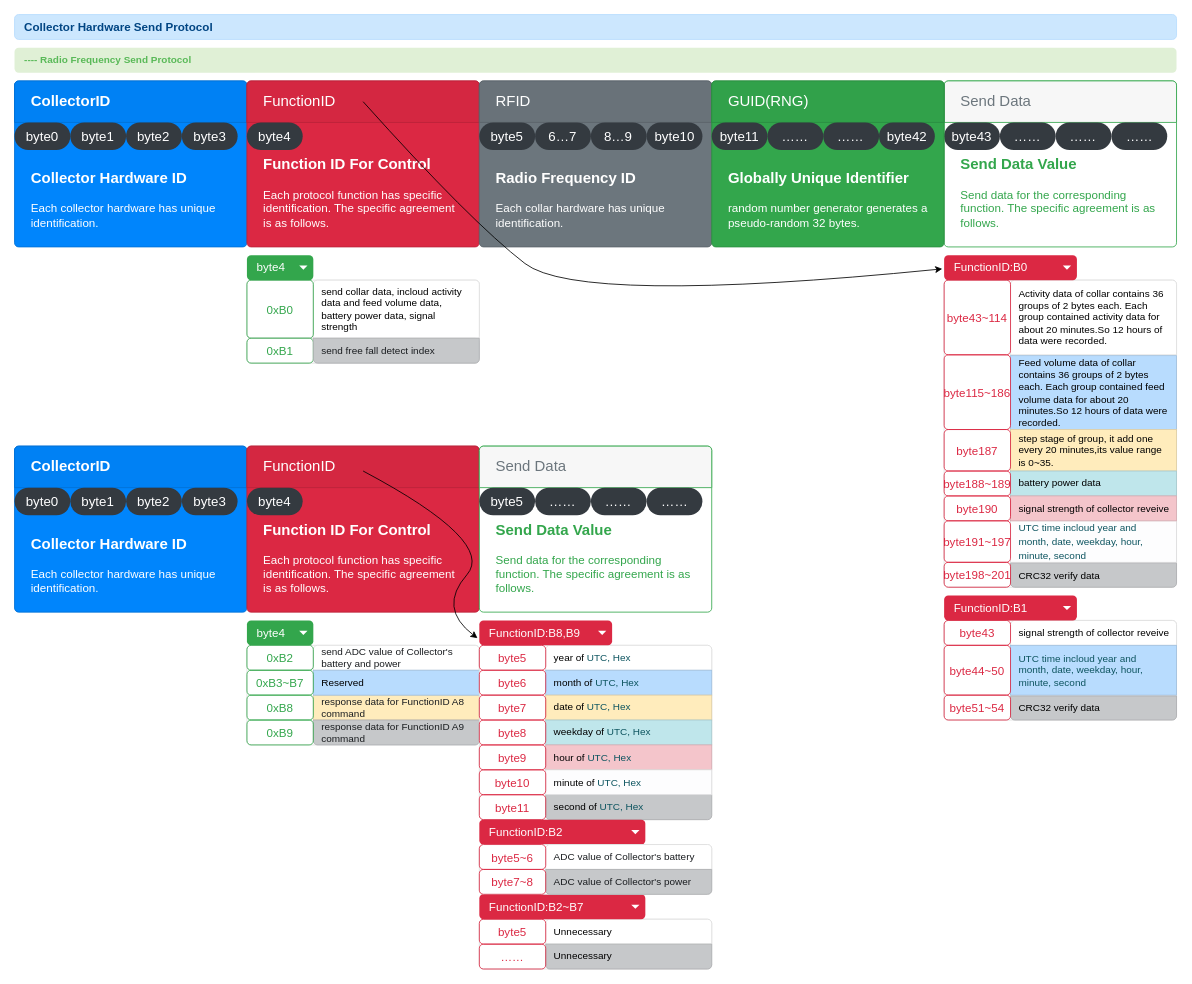
Before: page "Collector Hardware Send Protocol" (2 of 5) of Doc/Hardware Protocol.drawio in phoenix9668/Collector, a draw.io diagram. Source tidied: cells renumbered, new cells numbered last; positions are measured from the earlier drawing's top-left corner, leaving out a move shared by most shapes. Both pictures are drawn from the tidied source at 83%, with x=0, y=0 at pixel (14, 14).
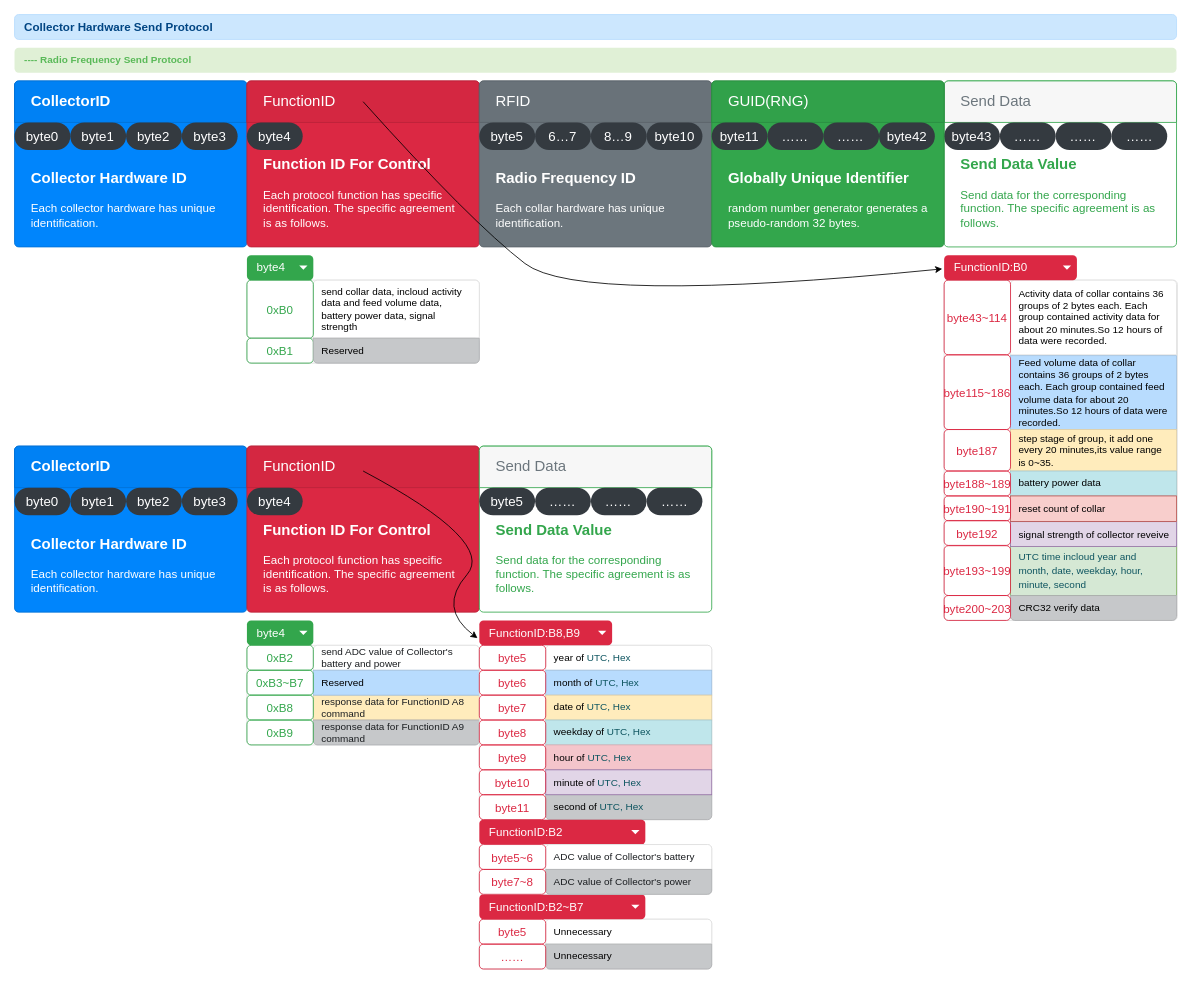
Above is the later version.

Unchanged cells that the change refers to:
```xml
<mxCell id="65" style="html=1;shadow=0;dashed=0;shape=mxgraph.bootstrap.rrect;rSize=5;strokeColor=#DFDFDF;html=1;whiteSpace=wrap;fillColor=#FFFFFF;fontColor=#000000;" parent="1" vertex="1">
  <mxGeometry x="560" y="760" width="280" height="210" as="geometry" />
</mxCell>
<mxCell id="105" style="html=1;shadow=0;dashed=0;shape=mxgraph.bootstrap.rrect;rSize=5;strokeColor=#DFDFDF;html=1;whiteSpace=wrap;fillColor=#FFFFFF;fontColor=#000000;" parent="1" vertex="1">
  <mxGeometry x="280" y="390" width="280" height="30" as="geometry" />
</mxCell>
```

The edit, as a diff of the source:
```diff
@@
     <mxCell id="40" style="html=1;shadow=0;dashed=0;shape=mxgraph.bootstrap.rrect;rSize=5;strokeColor=#DFDFDF;html=1;whiteSpace=wrap;fillColor=#FFFFFF;fontColor=#000000;" parent="1" vertex="1">
-      <mxGeometry x="1120" y="320" width="280" height="370" as="geometry" />
+      <mxGeometry x="1120" y="320" width="281" height="410" as="geometry" />
     </mxCell>
-    <mxCell id="41" value="&lt;span style=&quot;color: rgb(14 , 85 , 96) ; font-size: 12px&quot;&gt;UTC time incloud year and month, date, weekday, hour, minute, second&lt;/span&gt;" style="html=1;fillColor=#FDFDFE;strokeColor=#DDDDDE;fontColor=#818182;shadow=0;dashed=0;perimeter=none;whiteSpace=wrap;align=left;spacing=10;fontSize=14;" parent="40" vertex="1">
-      <mxGeometry x="80" y="290" width="200" height="50" as="geometry" />
+    <mxCell id="41" value="&lt;span style=&quot;color: rgb(14 , 85 , 96) ; font-size: 12px&quot;&gt;UTC time incloud year and month, date, weekday, hour, minute, second&lt;/span&gt;" style="html=1;fillColor=#d5e8d4;strokeColor=#82b366;shadow=0;dashed=0;perimeter=none;whiteSpace=wrap;align=left;spacing=10;fontSize=14;" parent="40" vertex="1">
+      <mxGeometry x="80" y="320" width="200" height="60" as="geometry" />
     </mxCell>
@@
     <mxCell id="46" value="&lt;span style=&quot;color: rgb(0 , 0 , 0)&quot;&gt;CRC32 verify data&lt;/span&gt;" style="html=1;shadow=0;dashed=0;shape=mxgraph.bootstrap.bottomButton;fillColor=#C6C8CA;strokeColor=#ADAFB1;fontColor=#1B1E21;rSize=5;perimeter=none;whiteSpace=wrap;align=left;spacing=10;" parent="40" vertex="1">
-      <mxGeometry y="1" width="200" height="29" relative="1" as="geometry">
-        <mxPoint x="80" y="-29" as="offset" />
+      <mxGeometry y="1" width="200" height="30" relative="1" as="geometry">
+        <mxPoint x="80" y="-30" as="offset" />
       </mxGeometry>
     </mxCell>
@@
-    <mxCell id="49" value="&lt;span style=&quot;color: rgb(0 , 0 , 0) ; font-size: 12px&quot;&gt;signal strength of collector reveive&lt;/span&gt;" style="html=1;fillColor=#F4C5CB;strokeColor=#D5ACB2;fontColor=#711623;shadow=0;dashed=0;perimeter=none;whiteSpace=wrap;align=left;spacing=10;fontSize=14;" parent="40" vertex="1">
+    <mxCell id="49" value="&lt;span style=&quot;color: rgb(0 , 0 , 0) ; font-size: 12px&quot;&gt;signal strength of collector reveive&lt;/span&gt;" style="html=1;fillColor=#e1d5e7;strokeColor=#9673a6;shadow=0;dashed=0;perimeter=none;whiteSpace=wrap;align=left;spacing=10;fontSize=14;" parent="40" vertex="1">
       <mxGeometry width="200" height="30" relative="1" as="geometry">
-        <mxPoint x="80" y="260" as="offset" />
+        <mxPoint x="80" y="291" as="offset" />
       </mxGeometry>
     </mxCell>
@@
-    <mxCell id="51" value="&lt;span style=&quot;color: rgb(219 , 40 , 67) ; font-size: 14px&quot;&gt;byte191~197&lt;/span&gt;" style="html=1;shadow=0;dashed=0;shape=mxgraph.bootstrap.rrect;rSize=5;strokeColor=#DB2843;strokeWidth=1;fillColor=none;fontColor=#33A64C;whiteSpace=wrap;align=center;verticalAlign=middle;spacingLeft=0;fontStyle=0;fontSize=16;spacing=5;" parent="40" vertex="1">
-      <mxGeometry y="290" width="80" height="50" as="geometry" />
+    <mxCell id="51" value="&lt;span style=&quot;color: rgb(219 , 40 , 67) ; font-size: 14px&quot;&gt;byte193~199&lt;/span&gt;" style="html=1;shadow=0;dashed=0;shape=mxgraph.bootstrap.rrect;rSize=5;strokeColor=#DB2843;strokeWidth=1;fillColor=none;fontColor=#33A64C;whiteSpace=wrap;align=center;verticalAlign=middle;spacingLeft=0;fontStyle=0;fontSize=16;spacing=5;" parent="40" vertex="1">
+      <mxGeometry y="320" width="80" height="60" as="geometry" />
     </mxCell>
-    <mxCell id="52" value="&lt;span style=&quot;color: rgb(219 , 40 , 67) ; font-size: 14px&quot;&gt;byte198~201&lt;/span&gt;" style="html=1;shadow=0;dashed=0;shape=mxgraph.bootstrap.rrect;rSize=5;strokeColor=#DB2843;strokeWidth=1;fillColor=none;fontColor=#33A64C;whiteSpace=wrap;align=center;verticalAlign=middle;spacingLeft=0;fontStyle=0;fontSize=16;spacing=5;" parent="40" vertex="1">
-      <mxGeometry y="340" width="80" height="30" as="geometry" />
+    <mxCell id="52" value="&lt;span style=&quot;color: rgb(219 , 40 , 67) ; font-size: 14px&quot;&gt;byte200~203&lt;/span&gt;" style="html=1;shadow=0;dashed=0;shape=mxgraph.bootstrap.rrect;rSize=5;strokeColor=#DB2843;strokeWidth=1;fillColor=none;fontColor=#33A64C;whiteSpace=wrap;align=center;verticalAlign=middle;spacingLeft=0;fontStyle=0;fontSize=16;spacing=5;" parent="40" vertex="1">
+      <mxGeometry y="380" width="80" height="30" as="geometry" />
     </mxCell>
@@
-    <mxCell id="54" value="&lt;span style=&quot;color: rgb(219 , 40 , 67) ; font-size: 14px&quot;&gt;byte190&lt;/span&gt;" style="html=1;shadow=0;dashed=0;shape=mxgraph.bootstrap.rrect;rSize=5;strokeColor=#DB2843;strokeWidth=1;fillColor=none;fontColor=#33A64C;whiteSpace=wrap;align=center;verticalAlign=middle;spacingLeft=0;fontStyle=0;fontSize=16;spacing=5;" parent="40" vertex="1">
-      <mxGeometry y="260" width="80" height="30" as="geometry" />
+    <mxCell id="54" value="&lt;span style=&quot;color: rgb(219 , 40 , 67) ; font-size: 14px&quot;&gt;byte192&lt;/span&gt;" style="html=1;shadow=0;dashed=0;shape=mxgraph.bootstrap.rrect;rSize=5;strokeColor=#DB2843;strokeWidth=1;fillColor=none;fontColor=#33A64C;whiteSpace=wrap;align=center;verticalAlign=middle;spacingLeft=0;fontStyle=0;fontSize=16;spacing=5;" parent="40" vertex="1">
+      <mxGeometry y="289.6" width="80" height="30" as="geometry" />
     </mxCell>
+    <mxCell id="124" value="&lt;span style=&quot;color: rgb(0 , 0 , 0) ; font-size: 12px&quot;&gt;reset count of collar&lt;/span&gt;" style="html=1;fillColor=#f8cecc;strokeColor=#b85450;shadow=0;dashed=0;perimeter=none;whiteSpace=wrap;align=left;spacing=10;fontSize=14;" parent="40" vertex="1">
+      <mxGeometry x="80" y="260" width="200" height="30.7" as="geometry" />
+    </mxCell>
+    <mxCell id="125" value="&lt;span style=&quot;color: rgb(219 , 40 , 67) ; font-size: 14px&quot;&gt;byte190~191&lt;br&gt;&lt;/span&gt;" style="html=1;shadow=0;dashed=0;shape=mxgraph.bootstrap.rrect;rSize=5;strokeColor=#DB2843;strokeWidth=1;fillColor=none;fontColor=#33A64C;whiteSpace=wrap;align=center;verticalAlign=middle;spacingLeft=0;fontStyle=0;fontSize=16;spacing=5;" parent="40" vertex="1">
+      <mxGeometry y="260" width="80" height="30" as="geometry" />
+    </mxCell>
@@
-    <mxCell id="76" value="&lt;span style=&quot;font-size: 12px ; color: rgb(0 , 0 , 0)&quot;&gt;minute of&amp;nbsp;&lt;/span&gt;&lt;span style=&quot;font-size: 12px ; color: rgb(14 , 85 , 96)&quot;&gt;UTC, Hex&lt;/span&gt;" style="html=1;fillColor=#FDFDFE;strokeColor=#DDDDDE;fontColor=#818182;shadow=0;dashed=0;perimeter=none;whiteSpace=wrap;align=left;spacing=10;fontSize=14;" parent="65" vertex="1">
+    <mxCell id="76" value="&lt;span style=&quot;font-size: 12px ; color: rgb(0 , 0 , 0)&quot;&gt;minute of&amp;nbsp;&lt;/span&gt;&lt;span style=&quot;font-size: 12px ; color: rgb(14 , 85 , 96)&quot;&gt;UTC, Hex&lt;/span&gt;" style="html=1;fillColor=#e1d5e7;strokeColor=#9673a6;shadow=0;dashed=0;perimeter=none;whiteSpace=wrap;align=left;spacing=10;fontSize=14;" parent="65" vertex="1">
       <mxGeometry width="200" height="30" relative="1" as="geometry">
         <mxPoint x="80" y="150" as="offset" />
       </mxGeometry>
     </mxCell>
@@
-    <mxCell id="107" value="send free fall detect index" style="html=1;shadow=0;dashed=0;shape=mxgraph.bootstrap.bottomButton;fillColor=#C6C8CA;strokeColor=#ADAFB1;fontColor=#1B1E21;rSize=5;perimeter=none;whiteSpace=wrap;align=left;spacing=10;" parent="105" vertex="1">
+    <mxCell id="107" value="&lt;span style=&quot;color: rgb(0, 0, 0);&quot;&gt;Reserved&lt;/span&gt;" style="html=1;shadow=0;dashed=0;shape=mxgraph.bootstrap.bottomButton;fillColor=#C6C8CA;strokeColor=#ADAFB1;fontColor=#1B1E21;rSize=5;perimeter=none;whiteSpace=wrap;align=left;spacing=10;" parent="105" vertex="1">
       <mxGeometry x="80" width="200" height="30" as="geometry" />
     </mxCell>
-    <mxCell id="108" style="html=1;shadow=0;dashed=0;shape=mxgraph.bootstrap.rrect;rSize=5;strokeColor=#DFDFDF;html=1;whiteSpace=wrap;fillColor=#FFFFFF;fontColor=#000000;" parent="1" vertex="1">
-      <mxGeometry x="1120" y="730" width="280" height="120" as="geometry" />
-    </mxCell>
-    <mxCell id="109" value="signal strength of collector reveive" style="strokeColor=inherit;fillColor=inherit;gradientColor=inherit;fontColor=inherit;html=1;shadow=0;dashed=0;shape=mxgraph.bootstrap.topButton;rSize=5;perimeter=none;whiteSpace=wrap;align=left;spacing=10;" parent="108" vertex="1">
-      <mxGeometry width="200" height="30" relative="1" as="geometry">
-        <mxPoint x="80" as="offset" />
-      </mxGeometry>
-    </mxCell>
-    <mxCell id="110" value="&lt;span style=&quot;color: rgb(14 , 85 , 96)&quot;&gt;UTC time incloud year and month, date, weekday, hour, minute, second&lt;/span&gt;" style="html=1;fillColor=#B8DCFE;strokeColor=#A1C0DE;fontColor=#004583;shadow=0;dashed=0;perimeter=none;whiteSpace=wrap;align=left;spacing=10;" parent="108" vertex="1">
-      <mxGeometry width="200" height="60" relative="1" as="geometry">
-        <mxPoint x="80" y="30" as="offset" />
-      </mxGeometry>
-    </mxCell>
-    <mxCell id="111" value="&lt;span style=&quot;color: rgb(0 , 0 , 0)&quot;&gt;CRC32 verify data&lt;/span&gt;" style="html=1;shadow=0;dashed=0;shape=mxgraph.bootstrap.bottomButton;fillColor=#C6C8CA;strokeColor=#ADAFB1;fontColor=#1B1E21;rSize=5;perimeter=none;whiteSpace=wrap;align=left;spacing=10;" parent="108" vertex="1">
-      <mxGeometry y="1" width="200" height="29" relative="1" as="geometry">
-        <mxPoint x="80" y="-29" as="offset" />
-      </mxGeometry>
-    </mxCell>
-    <mxCell id="112" value="&lt;font style=&quot;font-size: 14px&quot; color=&quot;#db2843&quot;&gt;byte43&lt;/font&gt;" style="html=1;shadow=0;dashed=0;shape=mxgraph.bootstrap.rrect;rSize=5;strokeColor=#DB2843;strokeWidth=1;fillColor=none;fontColor=#33A64C;whiteSpace=wrap;align=center;verticalAlign=middle;spacingLeft=0;fontStyle=0;fontSize=16;spacing=5;" parent="108" vertex="1">
-      <mxGeometry width="80" height="30" as="geometry" />
-    </mxCell>
-    <mxCell id="113" value="&lt;span style=&quot;color: rgb(219 , 40 , 67) ; font-size: 14px&quot;&gt;byte51~54&lt;/span&gt;" style="html=1;shadow=0;dashed=0;shape=mxgraph.bootstrap.rrect;rSize=5;strokeColor=#DB2843;strokeWidth=1;fillColor=none;fontColor=#33A64C;whiteSpace=wrap;align=center;verticalAlign=middle;spacingLeft=0;fontStyle=0;fontSize=16;spacing=5;" parent="108" vertex="1">
-      <mxGeometry y="90" width="80" height="30" as="geometry" />
-    </mxCell>
-    <mxCell id="114" value="&lt;font style=&quot;font-size: 14px&quot; color=&quot;#db2843&quot;&gt;byte44~50&lt;/font&gt;" style="html=1;shadow=0;dashed=0;shape=mxgraph.bootstrap.rrect;rSize=5;strokeColor=#DB2843;strokeWidth=1;fillColor=none;fontColor=#33A64C;whiteSpace=wrap;align=center;verticalAlign=middle;spacingLeft=0;fontStyle=0;fontSize=16;spacing=5;" parent="108" vertex="1">
-      <mxGeometry y="30" width="80" height="60" as="geometry" />
-    </mxCell>
-    <mxCell id="115" value="FunctionID:B1" style="html=1;shadow=0;dashed=0;shape=mxgraph.bootstrap.rrect;rSize=5;strokeColor=none;strokeWidth=1;fillColor=#DB2843;fontColor=#ffffff;whiteSpace=wrap;align=left;verticalAlign=middle;fontStyle=0;fontSize=14;spacingLeft=10;" parent="1" vertex="1">
-      <mxGeometry x="1120" y="700" width="160" height="30" as="geometry" />
-    </mxCell>
-    <mxCell id="116" style="shape=triangle;direction=south;fillColor=#ffffff;strokeColor=none;perimeter=none;" parent="115" vertex="1">
-      <mxGeometry x="1" y="0.5" width="10" height="5" relative="1" as="geometry">
-        <mxPoint x="-17" y="-2.5" as="offset" />
-      </mxGeometry>
-    </mxCell>
```
